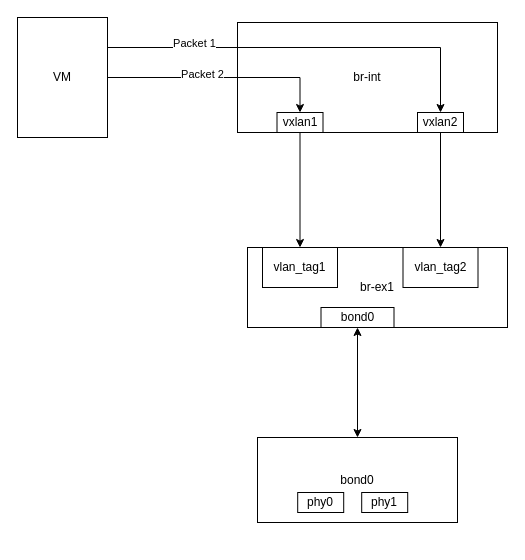
Above: page "Page-1" (1 of 2) of Untitled Diagram.drawio in Peng-Mu/learn (draw.io), before the change. Source tidied: cells renumbered, new cells numbered last; positions are measured from the earlier drawing's top-left corner, leaving out a move shared by most shapes. Both pictures are drawn from the tidied source at 100%, with x=0, y=0 at pixel (17, 17).
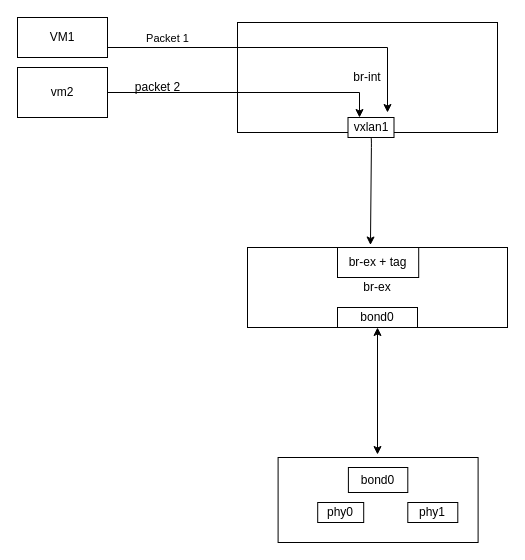
After the change.

Change to the diagram source:
```diff
@@
-    <mxCell id="3" style="edgeStyle=orthogonalEdgeStyle;rounded=0;jettySize=auto;html=1;exitX=1;exitY=0.25;exitDx=0;exitDy=0;entryX=0.5;entryY=0;entryDx=0;entryDy=0;" parent="1" edge="1" source="7" target="9">
-      <mxGeometry relative="1" as="geometry" />
+    <mxCell id="3" style="edgeStyle=orthogonalEdgeStyle;rounded=0;jettySize=auto;html=1;exitX=1;exitY=0.25;exitDx=0;exitDy=0;" parent="1" edge="1" source="7">
+      <mxGeometry relative="1" as="geometry">
+        <mxPoint x="370" y="95" as="targetPoint" />
+        <Array as="points">
+          <mxPoint x="370" y="30" />
+          <mxPoint x="370" y="95" />
+        </Array>
+      </mxGeometry>
     </mxCell>
     <mxCell id="4" value="Packet 1" style="edgeLabel;html=1;align=center;verticalAlign=middle;" parent="3" vertex="1">
       <mxGeometry x="-0.58" y="-4" relative="1" as="geometry">
-        <mxPoint x="2" y="-9" as="offset" />
+        <mxPoint x="2" y="-14" as="offset" />
       </mxGeometry>
     </mxCell>
-    <mxCell id="5" style="edgeStyle=orthogonalEdgeStyle;rounded=0;jettySize=auto;html=1;exitX=1;exitY=0.5;exitDx=0;exitDy=0;entryX=0.5;entryY=0;entryDx=0;entryDy=0;" parent="1" edge="1" source="7" target="8">
-      <mxGeometry relative="1" as="geometry" />
-    </mxCell>
-    <mxCell id="6" value="Packet 2" style="edgeLabel;html=1;align=center;verticalAlign=middle;" parent="5" vertex="1">
-      <mxGeometry x="-0.29" y="4" relative="1" as="geometry">
-        <mxPoint x="13" as="offset" />
-      </mxGeometry>
-    </mxCell>
-    <mxCell id="7" value="VM" style="rounded=0;whiteSpace=wrap;html=1;" parent="1" vertex="1">
-      <mxGeometry width="90" height="120" as="geometry" />
+    <mxCell id="7" value="VM1" style="rounded=0;whiteSpace=wrap;html=1;" parent="1" vertex="1">
+      <mxGeometry width="90" height="40" as="geometry" />
     </mxCell>
     <mxCell id="8" value="vxlan1" style="rounded=0;whiteSpace=wrap;html=1;" parent="1" vertex="1">
-      <mxGeometry x="259.5" y="95" width="46" height="20" as="geometry" />
+      <mxGeometry x="330.5" y="100" width="46" height="20" as="geometry" />
     </mxCell>
-    <mxCell id="9" value="vxlan2" style="rounded=0;whiteSpace=wrap;html=1;" parent="1" vertex="1">
-      <mxGeometry x="400" y="95" width="46" height="20" as="geometry" />
-    </mxCell>
-    <mxCell id="10" value="br-ex1" style="rounded=0;whiteSpace=wrap;html=1;" parent="1" vertex="1">
+    <mxCell id="10" value="br-ex" style="rounded=0;whiteSpace=wrap;html=1;" parent="1" vertex="1">
       <mxGeometry x="230" y="230" width="260" height="80" as="geometry" />
     </mxCell>
-    <mxCell id="11" value="vlan_tag1" style="rounded=0;whiteSpace=wrap;html=1;" parent="1" vertex="1">
-      <mxGeometry x="245" y="230" width="75" height="40" as="geometry" />
-    </mxCell>
-    <mxCell id="12" style="edgeStyle=orthogonalEdgeStyle;rounded=0;jettySize=auto;html=1;startArrow=classic;startFill=1;exitX=0.5;exitY=1;exitDx=0;exitDy=0;" parent="1" edge="1" source="16" target="13">
-      <mxGeometry relative="1" as="geometry" />
+    <mxCell id="12" style="edgeStyle=orthogonalEdgeStyle;rounded=0;jettySize=auto;html=1;startArrow=classic;startFill=1;exitX=0.5;exitY=1;exitDx=0;exitDy=0;" parent="1" edge="1" source="16">
+      <mxGeometry relative="1" as="geometry">
+        <mxPoint x="360" y="437" as="targetPoint" />
+      </mxGeometry>
     </mxCell>
-    <mxCell id="13" value="bond0" style="rounded=0;whiteSpace=wrap;html=1;" parent="1" vertex="1">
-      <mxGeometry x="240" y="420" width="200" height="85" as="geometry" />
+    <mxCell id="13" value="&lt;br&gt;" style="rounded=0;whiteSpace=wrap;html=1;" parent="1" vertex="1">
+      <mxGeometry x="260.6" y="440" width="200" height="85" as="geometry" />
     </mxCell>
     <mxCell id="14" value="phy0" style="rounded=0;whiteSpace=wrap;html=1;" parent="1" vertex="1">
-      <mxGeometry x="280.2" y="475" width="46" height="20" as="geometry" />
+      <mxGeometry x="300.2" y="485" width="46" height="20" as="geometry" />
     </mxCell>
-    <mxCell id="15" value="phy1" style="rounded=0;whiteSpace=wrap;html=1;" parent="1" vertex="1">
-      <mxGeometry x="344.2" y="475" width="46" height="20" as="geometry" />
-    </mxCell>
     <mxCell id="16" value="bond0" style="rounded=0;whiteSpace=wrap;html=1;" parent="1" vertex="1">
-      <mxGeometry x="303.5" y="290" width="73" height="20" as="geometry" />
+      <mxGeometry x="320" y="290" width="80" height="20" as="geometry" />
     </mxCell>
-    <mxCell id="17" style="endArrow=classic;html=1;exitX=0.5;exitY=1;exitDx=0;exitDy=0;entryX=0.5;entryY=0;entryDx=0;entryDy=0;" parent="1" edge="1" source="8" target="11">
-      <mxGeometry relative="1" as="geometry" />
-    </mxCell>
-    <mxCell id="18" value="vlan_tag2" style="rounded=0;whiteSpace=wrap;html=1;" parent="1" vertex="1">
-      <mxGeometry x="385.5" y="230" width="75" height="40" as="geometry" />
+    <mxCell id="18" value="br-ex + tag" style="rounded=0;whiteSpace=wrap;html=1;" parent="1" vertex="1">
+      <mxGeometry x="320" y="230" width="81.2" height="30" as="geometry" />
     </mxCell>
-    <mxCell id="19" style="endArrow=classic;html=1;entryX=0.5;entryY=0;entryDx=0;entryDy=0;exitX=0.5;exitY=1;exitDx=0;exitDy=0;" parent="1" edge="1" source="9" target="18">
-      <mxGeometry relative="1" as="geometry" />
+    <mxCell id="19" style="endArrow=classic;html=1;entryX=0.406;entryY=-0.083;entryDx=0;entryDy=0;entryPerimeter=0;" parent="1" edge="1" target="18">
+      <mxGeometry relative="1" as="geometry">
+        <mxPoint x="353" y="120" as="sourcePoint" />
+        <Array as="points">
+          <mxPoint x="354" y="120" />
+        </Array>
+      </mxGeometry>
     </mxCell>
+    <mxCell id="20" value="bond0" style="rounded=0;whiteSpace=wrap;html=1;" parent="1" vertex="1">
+      <mxGeometry x="330.9" y="450" width="59.4" height="25" as="geometry" />
+    </mxCell>
+    <mxCell id="15" value="phy1" style="rounded=0;whiteSpace=wrap;html=1;" parent="1" vertex="1">
+      <mxGeometry x="390.3" y="485" width="50" height="20" as="geometry" />
+    </mxCell>
+    <mxCell id="21" style="edgeStyle=orthogonalEdgeStyle;rounded=0;jettySize=auto;html=1;entryX=0.25;entryY=0;entryDx=0;entryDy=0;" parent="1" edge="1" source="22" target="8">
+      <mxGeometry relative="1" as="geometry" />
+    </mxCell>
+    <mxCell id="22" value="vm2" style="rounded=0;whiteSpace=wrap;html=1;" parent="1" vertex="1">
+      <mxGeometry y="50" width="90" height="50" as="geometry" />
+    </mxCell>
+    <mxCell id="23" value="packet 2" style="text;html=1;align=center;verticalAlign=middle;strokeColor=none;" parent="1" vertex="1">
+      <mxGeometry x="110" y="60" width="60" height="20" as="geometry" />
+    </mxCell>
```
